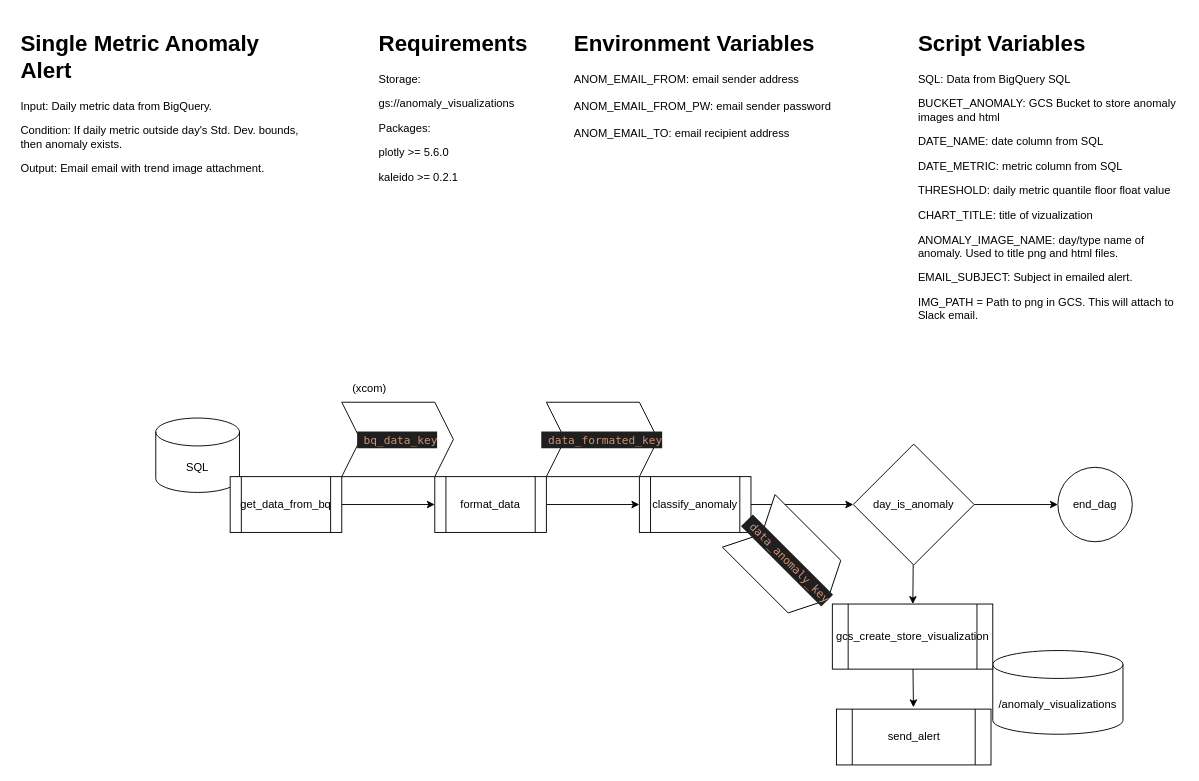
The draw.io diagram src/traffic_anomaly/dags/single_metric.drawio in VanAltrades/data_engineer_api_pipeline, before the edit. Source tidied: cells renumbered, new cells numbered last; positions are measured from the earlier drawing's top-left corner, leaving out a move shared by most shapes. Both pictures are drawn from the tidied source at 93%, with x=0, y=0 at pixel (16, 25).
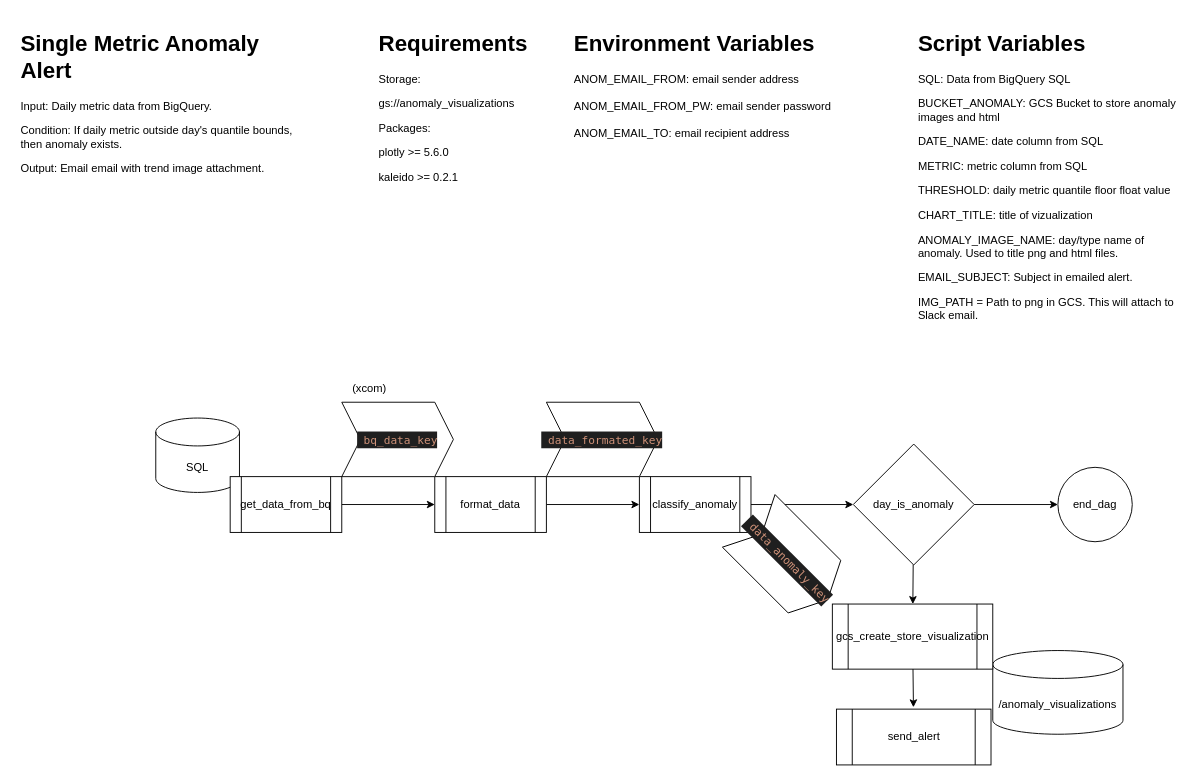
Above is the later version.

What changed in the source:
```diff
@@
-    <mxCell id="3" value="&lt;h1&gt;Script Variables&lt;/h1&gt;&lt;p&gt;SQL: Data from BigQuery SQL&lt;/p&gt;&lt;p&gt;BUCKET_ANOMALY: GCS Bucket to store anomaly images and html&lt;/p&gt;&lt;p&gt;DATE_NAME: date column from SQL&lt;/p&gt;&lt;p&gt;DATE_METRIC: metric column from SQL&lt;/p&gt;&lt;p&gt;THRESHOLD: daily metric quantile floor float value&lt;/p&gt;&lt;p&gt;CHART_TITLE: title of vizualization&lt;/p&gt;&lt;p&gt;ANOMALY_IMAGE_NAME: day/type name of anomaly. Used to title png and html files.&lt;/p&gt;&lt;p&gt;EMAIL_SUBJECT: Subject in emailed alert.&lt;/p&gt;&lt;p&gt;IMG_PATH = Path to png in GCS. This will attach to Slack email.&lt;/p&gt;" style="text;html=1;strokeColor=none;fillColor=none;spacing=5;spacingTop=-20;whiteSpace=wrap;overflow=hidden;rounded=0;fontStyle=0;" parent="1" vertex="1">
+    <mxCell id="3" value="&lt;h1&gt;Script Variables&lt;/h1&gt;&lt;p&gt;SQL: Data from BigQuery SQL&lt;/p&gt;&lt;p&gt;BUCKET_ANOMALY: GCS Bucket to store anomaly images and html&lt;/p&gt;&lt;p&gt;DATE_NAME: date column from SQL&lt;/p&gt;&lt;p&gt;METRIC: metric column from SQL&lt;/p&gt;&lt;p&gt;THRESHOLD: daily metric quantile floor float value&lt;/p&gt;&lt;p&gt;CHART_TITLE: title of vizualization&lt;/p&gt;&lt;p&gt;ANOMALY_IMAGE_NAME: day/type name of anomaly. Used to title png and html files.&lt;/p&gt;&lt;p&gt;EMAIL_SUBJECT: Subject in emailed alert.&lt;/p&gt;&lt;p&gt;IMG_PATH = Path to png in GCS. This will attach to Slack email.&lt;/p&gt;" style="text;html=1;strokeColor=none;fillColor=none;spacing=5;spacingTop=-20;whiteSpace=wrap;overflow=hidden;rounded=0;fontStyle=0;" parent="1" vertex="1">
       <mxGeometry x="965" width="290" height="380" as="geometry" />
     </mxCell>
-    <mxCell id="4" value="&lt;h1&gt;Single Metric Anomaly Alert&lt;/h1&gt;&lt;p&gt;Input: Daily metric data from BigQuery.&lt;/p&gt;&lt;p&gt;Condition: If daily metric outside day's Std. Dev. bounds, then anomaly exists.&lt;/p&gt;&lt;p&gt;Output: Email email with trend image attachment.&lt;/p&gt;" style="text;html=1;strokeColor=none;fillColor=none;spacing=5;spacingTop=-20;whiteSpace=wrap;overflow=hidden;rounded=0;" parent="1" vertex="1">
+    <mxCell id="4" value="&lt;h1&gt;Single Metric Anomaly Alert&lt;/h1&gt;&lt;p&gt;Input: Daily metric data from BigQuery.&lt;/p&gt;&lt;p&gt;Condition: If daily metric outside day's quantile bounds, then anomaly exists.&lt;/p&gt;&lt;p&gt;Output: Email email with trend image attachment.&lt;/p&gt;" style="text;html=1;strokeColor=none;fillColor=none;spacing=5;spacingTop=-20;whiteSpace=wrap;overflow=hidden;rounded=0;" parent="1" vertex="1">
       <mxGeometry width="315" height="180" as="geometry" />
     </mxCell>
```
